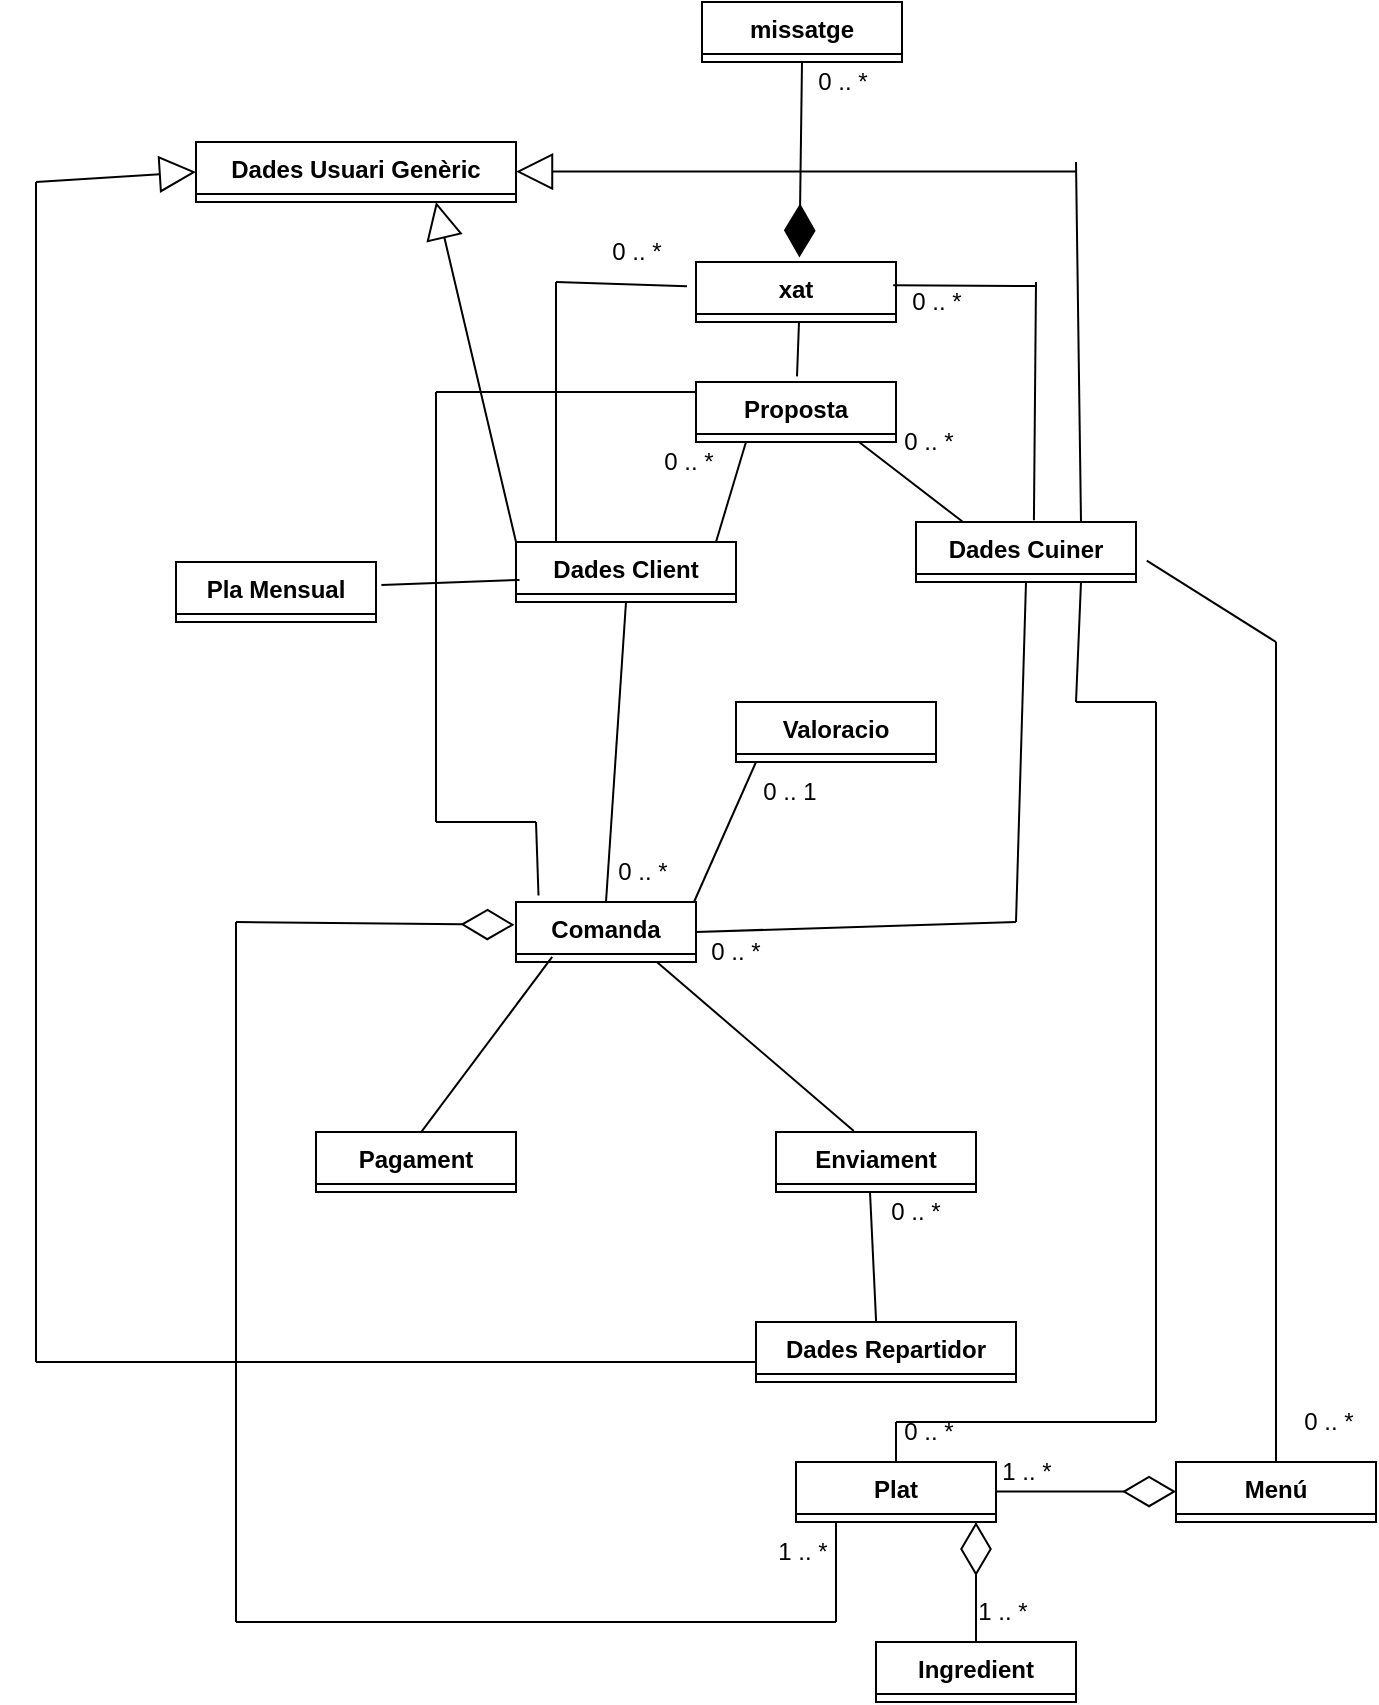
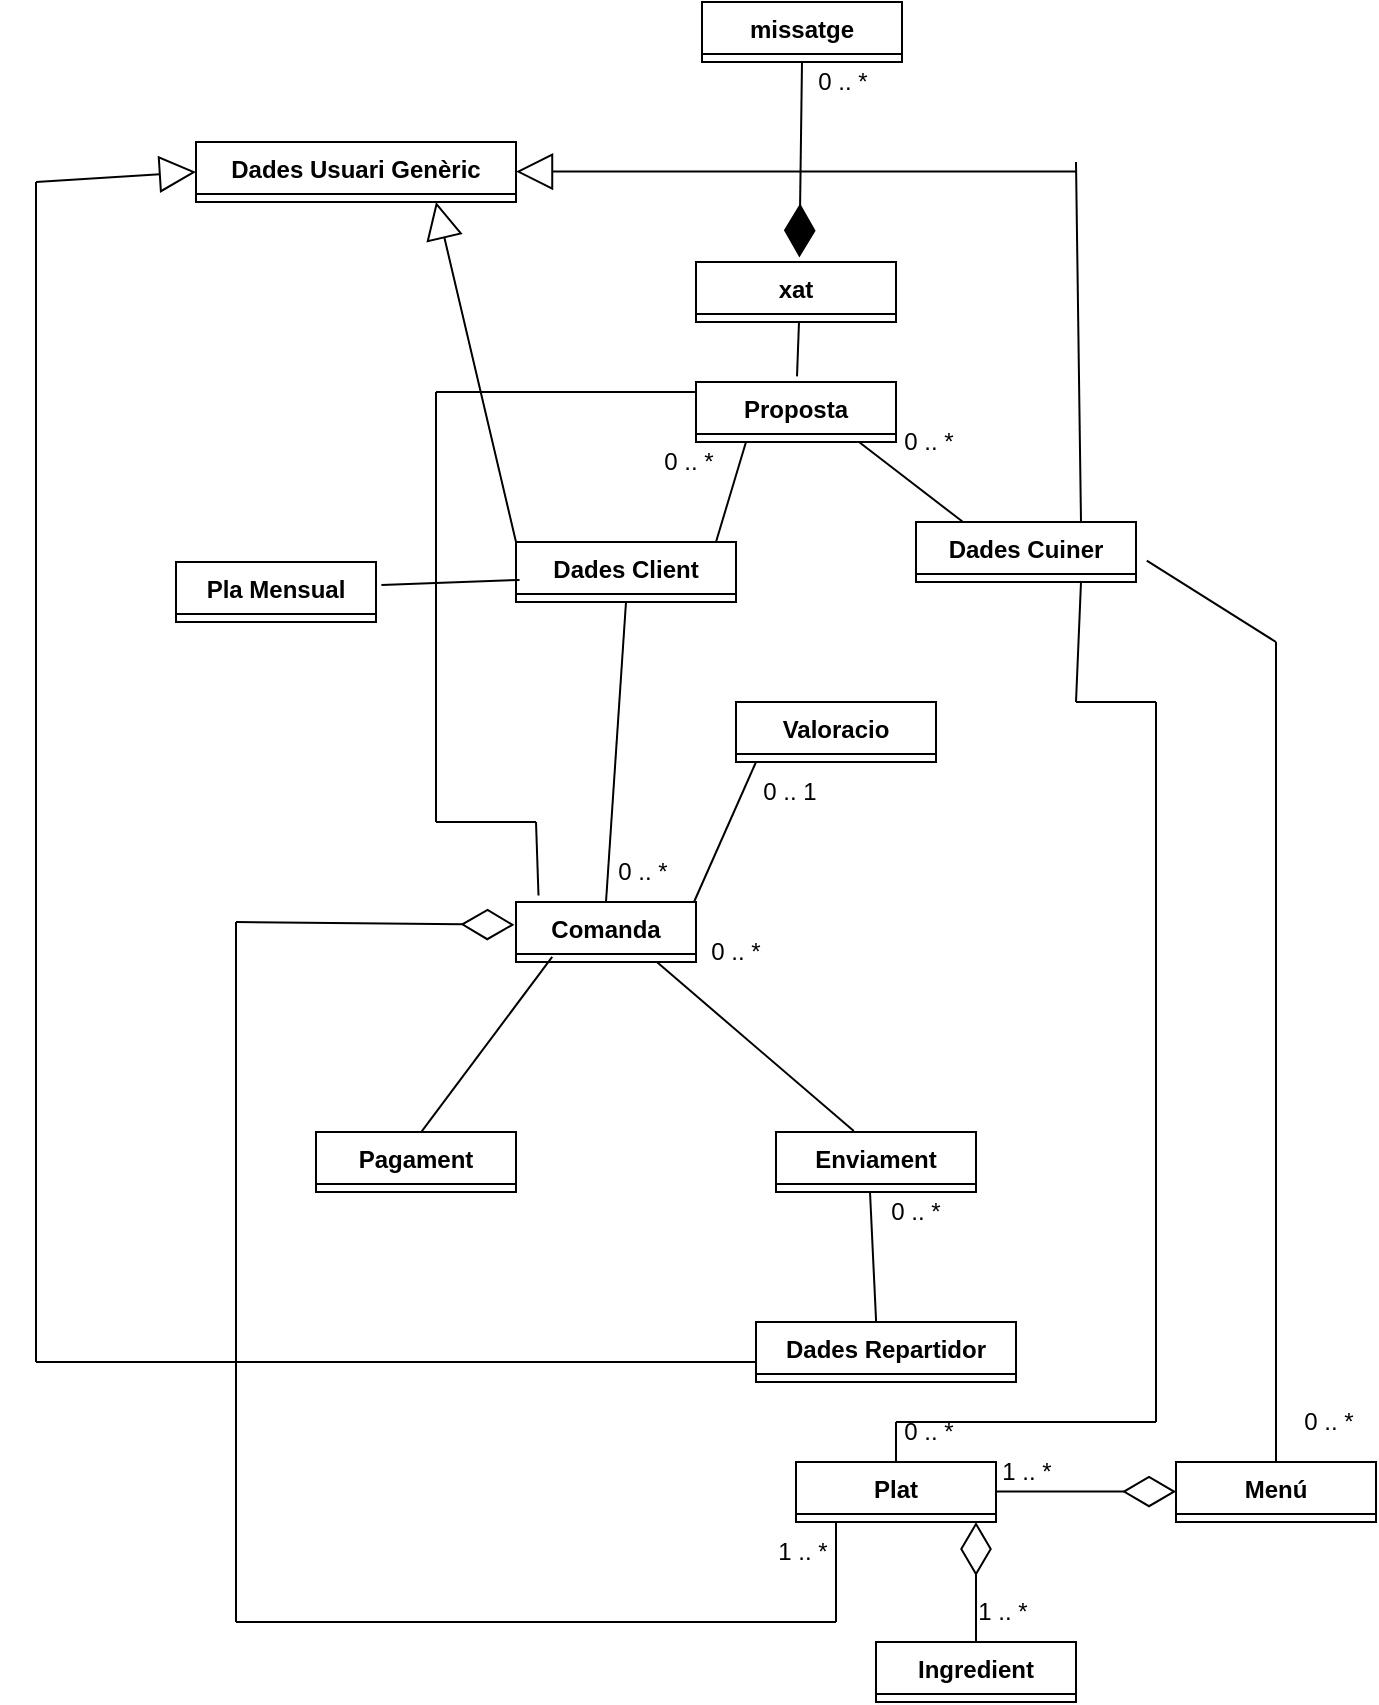
<mxfile host="Electron">
  <diagram name="Página-1" id="IOHTRHaeHgb_LXpDFm6y">
-     <mxGraphModel dx="1078" dy="1909" grid="1" gridSize="10" guides="1" tooltips="1" connect="1" arrows="1" fold="1" page="1" pageScale="1" pageWidth="827" pageHeight="1169" math="0" shadow="0">
+     <mxGraphModel dx="819" dy="1731" grid="1" gridSize="10" guides="1" tooltips="1" connect="1" arrows="1" fold="1" page="1" pageScale="1" pageWidth="827" pageHeight="1169" math="0" shadow="0">
      <root>
        <mxCell id="0" />
        <mxCell id="1" parent="0" />
        <mxCell id="nV1tfetJPaH9jbZvS-Vc-1" collapsed="1" parent="1" style="swimlane;fontStyle=1;align=center;verticalAlign=top;childLayout=stackLayout;horizontal=1;startSize=26;horizontalStack=0;resizeParent=1;resizeParentMax=0;resizeLast=0;collapsible=1;marginBottom=0;whiteSpace=wrap;html=1;" value="Dades Client" vertex="1">
          <mxGeometry height="30" width="110" x="300" y="220" as="geometry">
            <mxRectangle height="70" width="160" x="300" y="250" as="alternateBounds" />
          </mxGeometry>
        </mxCell>
        <mxCell id="nV1tfetJPaH9jbZvS-Vc-2" parent="nV1tfetJPaH9jbZvS-Vc-1" style="text;strokeColor=none;fillColor=none;align=left;verticalAlign=top;spacingLeft=4;spacingRight=4;overflow=hidden;rotatable=0;points=[[0,0.5],[1,0.5]];portConstraint=eastwest;whiteSpace=wrap;html=1;" value="&amp;nbsp;" vertex="1">
          <mxGeometry height="14" width="160" y="26" as="geometry" />
        </mxCell>
        <mxCell id="nV1tfetJPaH9jbZvS-Vc-3" parent="nV1tfetJPaH9jbZvS-Vc-1" style="line;strokeWidth=1;fillColor=none;align=left;verticalAlign=middle;spacingTop=-1;spacingLeft=3;spacingRight=3;rotatable=0;labelPosition=right;points=[];portConstraint=eastwest;strokeColor=inherit;" value="" vertex="1">
          <mxGeometry height="8" width="160" y="40" as="geometry" />
        </mxCell>
        <mxCell id="nV1tfetJPaH9jbZvS-Vc-4" parent="nV1tfetJPaH9jbZvS-Vc-1" style="text;strokeColor=none;fillColor=none;align=left;verticalAlign=top;spacingLeft=4;spacingRight=4;overflow=hidden;rotatable=0;points=[[0,0.5],[1,0.5]];portConstraint=eastwest;whiteSpace=wrap;html=1;" value="&lt;font&gt;&amp;nbsp;&lt;/font&gt;" vertex="1">
          <mxGeometry height="22" width="160" y="48" as="geometry" />
        </mxCell>
        <mxCell id="RDBQi9pc5qZvOdEaVm8q-1" collapsed="1" parent="1" style="swimlane;fontStyle=1;align=center;verticalAlign=top;childLayout=stackLayout;horizontal=1;startSize=26;horizontalStack=0;resizeParent=1;resizeParentMax=0;resizeLast=0;collapsible=1;marginBottom=0;whiteSpace=wrap;html=1;" value="Dades Usuari Genèric" vertex="1">
          <mxGeometry height="30" width="160" x="140" y="20" as="geometry">
            <mxRectangle height="70" width="160" x="300" y="100" as="alternateBounds" />
          </mxGeometry>
        </mxCell>
        <mxCell id="RDBQi9pc5qZvOdEaVm8q-2" parent="RDBQi9pc5qZvOdEaVm8q-1" style="text;strokeColor=none;fillColor=none;align=left;verticalAlign=top;spacingLeft=4;spacingRight=4;overflow=hidden;rotatable=0;points=[[0,0.5],[1,0.5]];portConstraint=eastwest;whiteSpace=wrap;html=1;" value="&amp;nbsp;" vertex="1">
          <mxGeometry height="14" width="160" y="26" as="geometry" />
        </mxCell>
        <mxCell id="RDBQi9pc5qZvOdEaVm8q-3" parent="RDBQi9pc5qZvOdEaVm8q-1" style="line;strokeWidth=1;fillColor=none;align=left;verticalAlign=middle;spacingTop=-1;spacingLeft=3;spacingRight=3;rotatable=0;labelPosition=right;points=[];portConstraint=eastwest;strokeColor=inherit;" value="" vertex="1">
          <mxGeometry height="8" width="160" y="40" as="geometry" />
        </mxCell>
        <mxCell id="RDBQi9pc5qZvOdEaVm8q-4" parent="RDBQi9pc5qZvOdEaVm8q-1" style="text;strokeColor=none;fillColor=none;align=left;verticalAlign=top;spacingLeft=4;spacingRight=4;overflow=hidden;rotatable=0;points=[[0,0.5],[1,0.5]];portConstraint=eastwest;whiteSpace=wrap;html=1;" value="&lt;font&gt;&amp;nbsp;&lt;/font&gt;" vertex="1">
          <mxGeometry height="22" width="160" y="48" as="geometry" />
        </mxCell>
        <mxCell id="RDBQi9pc5qZvOdEaVm8q-6" collapsed="1" parent="1" style="swimlane;fontStyle=1;align=center;verticalAlign=top;childLayout=stackLayout;horizontal=1;startSize=26;horizontalStack=0;resizeParent=1;resizeParentMax=0;resizeLast=0;collapsible=1;marginBottom=0;whiteSpace=wrap;html=1;" value="Dades Cuiner" vertex="1">
          <mxGeometry height="30" width="110" x="500" y="210" as="geometry">
            <mxRectangle height="70" width="160" x="490" y="250" as="alternateBounds" />
          </mxGeometry>
        </mxCell>
        <mxCell id="RDBQi9pc5qZvOdEaVm8q-7" parent="RDBQi9pc5qZvOdEaVm8q-6" style="text;strokeColor=none;fillColor=none;align=left;verticalAlign=top;spacingLeft=4;spacingRight=4;overflow=hidden;rotatable=0;points=[[0,0.5],[1,0.5]];portConstraint=eastwest;whiteSpace=wrap;html=1;" value="&amp;nbsp;" vertex="1">
          <mxGeometry height="14" width="160" y="26" as="geometry" />
        </mxCell>
        <mxCell id="RDBQi9pc5qZvOdEaVm8q-8" parent="RDBQi9pc5qZvOdEaVm8q-6" style="line;strokeWidth=1;fillColor=none;align=left;verticalAlign=middle;spacingTop=-1;spacingLeft=3;spacingRight=3;rotatable=0;labelPosition=right;points=[];portConstraint=eastwest;strokeColor=inherit;" value="" vertex="1">
          <mxGeometry height="8" width="160" y="40" as="geometry" />
        </mxCell>
        <mxCell id="RDBQi9pc5qZvOdEaVm8q-9" parent="RDBQi9pc5qZvOdEaVm8q-6" style="text;strokeColor=none;fillColor=none;align=left;verticalAlign=top;spacingLeft=4;spacingRight=4;overflow=hidden;rotatable=0;points=[[0,0.5],[1,0.5]];portConstraint=eastwest;whiteSpace=wrap;html=1;" value="&lt;font&gt;&amp;nbsp;&lt;/font&gt;" vertex="1">
          <mxGeometry height="22" width="160" y="48" as="geometry" />
        </mxCell>
        <mxCell id="RDBQi9pc5qZvOdEaVm8q-138" edge="1" parent="RDBQi9pc5qZvOdEaVm8q-6" style="endArrow=none;html=1;rounded=0;" value="">
          <mxGeometry height="50" relative="1" width="50" as="geometry">
            <mxPoint x="10" y="10" as="sourcePoint" />
            <mxPoint x="60" y="-40" as="targetPoint" />
          </mxGeometry>
        </mxCell>
        <mxCell id="RDBQi9pc5qZvOdEaVm8q-10" collapsed="1" parent="1" style="swimlane;fontStyle=1;align=center;verticalAlign=top;childLayout=stackLayout;horizontal=1;startSize=26;horizontalStack=0;resizeParent=1;resizeParentMax=0;resizeLast=0;collapsible=1;marginBottom=0;whiteSpace=wrap;html=1;" value="Dades Repartidor" vertex="1">
          <mxGeometry height="30" width="130" x="420" y="610" as="geometry">
            <mxRectangle height="70" width="160" x="110" y="250" as="alternateBounds" />
          </mxGeometry>
        </mxCell>
        <mxCell id="RDBQi9pc5qZvOdEaVm8q-11" parent="RDBQi9pc5qZvOdEaVm8q-10" style="text;strokeColor=none;fillColor=none;align=left;verticalAlign=top;spacingLeft=4;spacingRight=4;overflow=hidden;rotatable=0;points=[[0,0.5],[1,0.5]];portConstraint=eastwest;whiteSpace=wrap;html=1;" value="&amp;nbsp;" vertex="1">
          <mxGeometry height="14" width="160" y="26" as="geometry" />
        </mxCell>
        <mxCell id="RDBQi9pc5qZvOdEaVm8q-12" parent="RDBQi9pc5qZvOdEaVm8q-10" style="line;strokeWidth=1;fillColor=none;align=left;verticalAlign=middle;spacingTop=-1;spacingLeft=3;spacingRight=3;rotatable=0;labelPosition=right;points=[];portConstraint=eastwest;strokeColor=inherit;" value="" vertex="1">
          <mxGeometry height="8" width="160" y="40" as="geometry" />
        </mxCell>
        <mxCell id="RDBQi9pc5qZvOdEaVm8q-13" parent="RDBQi9pc5qZvOdEaVm8q-10" style="text;strokeColor=none;fillColor=none;align=left;verticalAlign=top;spacingLeft=4;spacingRight=4;overflow=hidden;rotatable=0;points=[[0,0.5],[1,0.5]];portConstraint=eastwest;whiteSpace=wrap;html=1;" value="&lt;font&gt;&amp;nbsp;&lt;/font&gt;" vertex="1">
          <mxGeometry height="22" width="160" y="48" as="geometry" />
        </mxCell>
        <mxCell id="RDBQi9pc5qZvOdEaVm8q-14" collapsed="1" parent="1" style="swimlane;fontStyle=1;align=center;verticalAlign=top;childLayout=stackLayout;horizontal=1;startSize=26;horizontalStack=0;resizeParent=1;resizeParentMax=0;resizeLast=0;collapsible=1;marginBottom=0;whiteSpace=wrap;html=1;" value="Comanda" vertex="1">
          <mxGeometry height="30" width="90" x="300" y="400" as="geometry">
            <mxRectangle height="70" width="160" x="300" y="400" as="alternateBounds" />
          </mxGeometry>
        </mxCell>
        <mxCell id="RDBQi9pc5qZvOdEaVm8q-15" parent="RDBQi9pc5qZvOdEaVm8q-14" style="text;strokeColor=none;fillColor=none;align=left;verticalAlign=top;spacingLeft=4;spacingRight=4;overflow=hidden;rotatable=0;points=[[0,0.5],[1,0.5]];portConstraint=eastwest;whiteSpace=wrap;html=1;" value="&amp;nbsp;" vertex="1">
          <mxGeometry height="14" width="160" y="26" as="geometry" />
        </mxCell>
        <mxCell id="RDBQi9pc5qZvOdEaVm8q-16" parent="RDBQi9pc5qZvOdEaVm8q-14" style="line;strokeWidth=1;fillColor=none;align=left;verticalAlign=middle;spacingTop=-1;spacingLeft=3;spacingRight=3;rotatable=0;labelPosition=right;points=[];portConstraint=eastwest;strokeColor=inherit;" value="" vertex="1">
          <mxGeometry height="8" width="160" y="40" as="geometry" />
        </mxCell>
        <mxCell id="RDBQi9pc5qZvOdEaVm8q-17" parent="RDBQi9pc5qZvOdEaVm8q-14" style="text;strokeColor=none;fillColor=none;align=left;verticalAlign=top;spacingLeft=4;spacingRight=4;overflow=hidden;rotatable=0;points=[[0,0.5],[1,0.5]];portConstraint=eastwest;whiteSpace=wrap;html=1;" value="&lt;font&gt;&amp;nbsp;&lt;/font&gt;" vertex="1">
          <mxGeometry height="22" width="160" y="48" as="geometry" />
        </mxCell>
        <mxCell id="RDBQi9pc5qZvOdEaVm8q-18" edge="1" parent="1" source="RDBQi9pc5qZvOdEaVm8q-14" style="endArrow=none;html=1;rounded=0;exitX=0.5;exitY=0;exitDx=0;exitDy=0;entryX=0.5;entryY=1;entryDx=0;entryDy=0;" target="nV1tfetJPaH9jbZvS-Vc-1" value="">
          <mxGeometry height="50" relative="1" width="50" as="geometry">
            <mxPoint x="330" y="370" as="sourcePoint" />
            <mxPoint x="380" y="320" as="targetPoint" />
          </mxGeometry>
        </mxCell>
        <mxCell id="RDBQi9pc5qZvOdEaVm8q-19" parent="1" style="text;html=1;whiteSpace=wrap;strokeColor=none;fillColor=none;align=center;verticalAlign=middle;rounded=0;" value="0 .. *" vertex="1">
          <mxGeometry height="20" width="47" x="339.5" y="375" as="geometry" />
        </mxCell>
        <mxCell id="RDBQi9pc5qZvOdEaVm8q-21" collapsed="1" parent="1" style="swimlane;fontStyle=1;align=center;verticalAlign=top;childLayout=stackLayout;horizontal=1;startSize=26;horizontalStack=0;resizeParent=1;resizeParentMax=0;resizeLast=0;collapsible=1;marginBottom=0;whiteSpace=wrap;html=1;" value="Pagament" vertex="1">
          <mxGeometry height="30" width="100" x="200" y="515" as="geometry">
            <mxRectangle height="70" width="160" x="200" y="515" as="alternateBounds" />
          </mxGeometry>
        </mxCell>
        <mxCell id="RDBQi9pc5qZvOdEaVm8q-22" parent="RDBQi9pc5qZvOdEaVm8q-21" style="text;strokeColor=none;fillColor=none;align=left;verticalAlign=top;spacingLeft=4;spacingRight=4;overflow=hidden;rotatable=0;points=[[0,0.5],[1,0.5]];portConstraint=eastwest;whiteSpace=wrap;html=1;" value="&amp;nbsp;" vertex="1">
          <mxGeometry height="14" width="160" y="26" as="geometry" />
        </mxCell>
        <mxCell id="RDBQi9pc5qZvOdEaVm8q-23" parent="RDBQi9pc5qZvOdEaVm8q-21" style="line;strokeWidth=1;fillColor=none;align=left;verticalAlign=middle;spacingTop=-1;spacingLeft=3;spacingRight=3;rotatable=0;labelPosition=right;points=[];portConstraint=eastwest;strokeColor=inherit;" value="" vertex="1">
          <mxGeometry height="8" width="160" y="40" as="geometry" />
        </mxCell>
        <mxCell id="RDBQi9pc5qZvOdEaVm8q-24" parent="RDBQi9pc5qZvOdEaVm8q-21" style="text;strokeColor=none;fillColor=none;align=left;verticalAlign=top;spacingLeft=4;spacingRight=4;overflow=hidden;rotatable=0;points=[[0,0.5],[1,0.5]];portConstraint=eastwest;whiteSpace=wrap;html=1;" value="&lt;font&gt;&amp;nbsp;&lt;/font&gt;" vertex="1">
          <mxGeometry height="22" width="160" y="48" as="geometry" />
        </mxCell>
        <mxCell id="RDBQi9pc5qZvOdEaVm8q-25" collapsed="1" parent="1" style="swimlane;fontStyle=1;align=center;verticalAlign=top;childLayout=stackLayout;horizontal=1;startSize=26;horizontalStack=0;resizeParent=1;resizeParentMax=0;resizeLast=0;collapsible=1;marginBottom=0;whiteSpace=wrap;html=1;" value="Enviament" vertex="1">
          <mxGeometry height="30" width="100" x="430" y="515" as="geometry">
            <mxRectangle height="70" width="160" x="430" y="515" as="alternateBounds" />
          </mxGeometry>
        </mxCell>
        <mxCell id="RDBQi9pc5qZvOdEaVm8q-26" parent="RDBQi9pc5qZvOdEaVm8q-25" style="text;strokeColor=none;fillColor=none;align=left;verticalAlign=top;spacingLeft=4;spacingRight=4;overflow=hidden;rotatable=0;points=[[0,0.5],[1,0.5]];portConstraint=eastwest;whiteSpace=wrap;html=1;" value="&amp;nbsp;" vertex="1">
          <mxGeometry height="14" width="160" y="26" as="geometry" />
        </mxCell>
        <mxCell id="RDBQi9pc5qZvOdEaVm8q-27" parent="RDBQi9pc5qZvOdEaVm8q-25" style="line;strokeWidth=1;fillColor=none;align=left;verticalAlign=middle;spacingTop=-1;spacingLeft=3;spacingRight=3;rotatable=0;labelPosition=right;points=[];portConstraint=eastwest;strokeColor=inherit;" value="" vertex="1">
          <mxGeometry height="8" width="160" y="40" as="geometry" />
        </mxCell>
        <mxCell id="RDBQi9pc5qZvOdEaVm8q-28" parent="RDBQi9pc5qZvOdEaVm8q-25" style="text;strokeColor=none;fillColor=none;align=left;verticalAlign=top;spacingLeft=4;spacingRight=4;overflow=hidden;rotatable=0;points=[[0,0.5],[1,0.5]];portConstraint=eastwest;whiteSpace=wrap;html=1;" value="&lt;font&gt;&amp;nbsp;&lt;/font&gt;" vertex="1">
          <mxGeometry height="22" width="160" y="48" as="geometry" />
        </mxCell>
        <mxCell id="RDBQi9pc5qZvOdEaVm8q-29" edge="1" parent="1" source="RDBQi9pc5qZvOdEaVm8q-21" style="endArrow=none;html=1;rounded=0;exitX=0.524;exitY=0.011;exitDx=0;exitDy=0;exitPerimeter=0;entryX=0.201;entryY=0.915;entryDx=0;entryDy=0;entryPerimeter=0;" target="RDBQi9pc5qZvOdEaVm8q-17" value="">
          <mxGeometry height="50" relative="1" width="50" as="geometry">
            <mxPoint x="320" y="550" as="sourcePoint" />
            <mxPoint x="320" y="470" as="targetPoint" />
          </mxGeometry>
        </mxCell>
        <mxCell id="RDBQi9pc5qZvOdEaVm8q-30" edge="1" parent="1" source="RDBQi9pc5qZvOdEaVm8q-25" style="endArrow=none;html=1;rounded=0;exitX=0.389;exitY=-0.015;exitDx=0;exitDy=0;exitPerimeter=0;entryX=0.781;entryY=0.996;entryDx=0;entryDy=0;entryPerimeter=0;" target="RDBQi9pc5qZvOdEaVm8q-17" value="">
          <mxGeometry height="50" relative="1" width="50" as="geometry">
            <mxPoint x="420" y="550" as="sourcePoint" />
            <mxPoint x="420" y="470" as="targetPoint" />
          </mxGeometry>
        </mxCell>
-         <mxCell id="RDBQi9pc5qZvOdEaVm8q-37" edge="1" parent="1" style="endArrow=none;html=1;rounded=0;entryX=0.5;entryY=1;entryDx=0;entryDy=0;" target="RDBQi9pc5qZvOdEaVm8q-6" value="">
-           <mxGeometry height="50" relative="1" width="50" as="geometry">
-             <mxPoint x="550" y="410" as="sourcePoint" />
-             <mxPoint x="590" y="320" as="targetPoint" />
-           </mxGeometry>
-         </mxCell>
-         <mxCell id="RDBQi9pc5qZvOdEaVm8q-41" edge="1" parent="1" source="RDBQi9pc5qZvOdEaVm8q-14" style="endArrow=none;html=1;rounded=0;exitX=1;exitY=0.5;exitDx=0;exitDy=0;" value="">
-           <mxGeometry height="50" relative="1" width="50" as="geometry">
-             <mxPoint x="460" y="460" as="sourcePoint" />
-             <mxPoint x="550" y="410" as="targetPoint" />
-           </mxGeometry>
-         </mxCell>
        <mxCell id="RDBQi9pc5qZvOdEaVm8q-44" parent="1" style="text;html=1;whiteSpace=wrap;strokeColor=none;fillColor=none;align=center;verticalAlign=middle;rounded=0;" value="0 .. *" vertex="1">
          <mxGeometry height="30" width="60" x="380" y="410" as="geometry" />
        </mxCell>
        <mxCell id="RDBQi9pc5qZvOdEaVm8q-46" edge="1" parent="1" source="RDBQi9pc5qZvOdEaVm8q-10" style="endArrow=none;html=1;rounded=0;exitX=0.462;exitY=0;exitDx=0;exitDy=0;exitPerimeter=0;entryX=0.781;entryY=0.996;entryDx=0;entryDy=0;entryPerimeter=0;" value="">
          <mxGeometry height="50" relative="1" width="50" as="geometry">
            <mxPoint x="576" y="630" as="sourcePoint" />
            <mxPoint x="477" y="545" as="targetPoint" />
          </mxGeometry>
        </mxCell>
        <mxCell id="RDBQi9pc5qZvOdEaVm8q-50" parent="1" style="text;html=1;whiteSpace=wrap;strokeColor=none;fillColor=none;align=center;verticalAlign=middle;rounded=0;" value="0 .. *" vertex="1">
          <mxGeometry height="20" width="40" x="480" y="545" as="geometry" />
        </mxCell>
        <mxCell id="RDBQi9pc5qZvOdEaVm8q-56" collapsed="1" parent="1" style="swimlane;fontStyle=1;align=center;verticalAlign=top;childLayout=stackLayout;horizontal=1;startSize=26;horizontalStack=0;resizeParent=1;resizeParentMax=0;resizeLast=0;collapsible=1;marginBottom=0;whiteSpace=wrap;html=1;" value="Plat" vertex="1">
          <mxGeometry height="30" width="100" x="440" y="680" as="geometry">
            <mxRectangle height="70" width="160" x="200" y="515" as="alternateBounds" />
          </mxGeometry>
        </mxCell>
        <mxCell id="RDBQi9pc5qZvOdEaVm8q-57" parent="RDBQi9pc5qZvOdEaVm8q-56" style="text;strokeColor=none;fillColor=none;align=left;verticalAlign=top;spacingLeft=4;spacingRight=4;overflow=hidden;rotatable=0;points=[[0,0.5],[1,0.5]];portConstraint=eastwest;whiteSpace=wrap;html=1;" value="&amp;nbsp;" vertex="1">
          <mxGeometry height="14" width="160" y="26" as="geometry" />
        </mxCell>
        <mxCell id="RDBQi9pc5qZvOdEaVm8q-58" parent="RDBQi9pc5qZvOdEaVm8q-56" style="line;strokeWidth=1;fillColor=none;align=left;verticalAlign=middle;spacingTop=-1;spacingLeft=3;spacingRight=3;rotatable=0;labelPosition=right;points=[];portConstraint=eastwest;strokeColor=inherit;" value="" vertex="1">
          <mxGeometry height="8" width="160" y="40" as="geometry" />
        </mxCell>
        <mxCell id="RDBQi9pc5qZvOdEaVm8q-59" parent="RDBQi9pc5qZvOdEaVm8q-56" style="text;strokeColor=none;fillColor=none;align=left;verticalAlign=top;spacingLeft=4;spacingRight=4;overflow=hidden;rotatable=0;points=[[0,0.5],[1,0.5]];portConstraint=eastwest;whiteSpace=wrap;html=1;" value="&lt;font&gt;&amp;nbsp;&lt;/font&gt;" vertex="1">
          <mxGeometry height="22" width="160" y="48" as="geometry" />
        </mxCell>
        <mxCell id="RDBQi9pc5qZvOdEaVm8q-71" edge="1" parent="RDBQi9pc5qZvOdEaVm8q-56" style="endArrow=diamondThin;endFill=1;endSize=24;html=1;rounded=0;" value="">
          <mxGeometry relative="1" width="160" as="geometry">
            <mxPoint x="60" y="14.759999999999991" as="sourcePoint" />
            <mxPoint x="220" y="14.759999999999991" as="targetPoint" />
          </mxGeometry>
        </mxCell>
        <mxCell id="RDBQi9pc5qZvOdEaVm8q-65" edge="1" parent="1" source="RDBQi9pc5qZvOdEaVm8q-60" style="endArrow=none;html=1;rounded=0;" value="">
          <mxGeometry height="50" relative="1" width="50" as="geometry">
            <mxPoint x="680" y="680" as="sourcePoint" />
            <mxPoint x="680" y="270" as="targetPoint" />
          </mxGeometry>
        </mxCell>
        <mxCell id="RDBQi9pc5qZvOdEaVm8q-67" edge="1" parent="1" source="RDBQi9pc5qZvOdEaVm8q-6" style="endArrow=none;html=1;rounded=0;exitX=1.049;exitY=0.644;exitDx=0;exitDy=0;exitPerimeter=0;" value="">
          <mxGeometry height="50" relative="1" width="50" as="geometry">
            <mxPoint x="630" y="320" as="sourcePoint" />
            <mxPoint x="680" y="270" as="targetPoint" />
          </mxGeometry>
        </mxCell>
        <mxCell id="RDBQi9pc5qZvOdEaVm8q-70" parent="1" style="text;html=1;whiteSpace=wrap;strokeColor=none;fillColor=none;align=center;verticalAlign=middle;rounded=0;" value="0 .. *" vertex="1">
          <mxGeometry height="20" width="47" x="683" y="650" as="geometry" />
        </mxCell>
        <mxCell id="RDBQi9pc5qZvOdEaVm8q-73" edge="1" parent="1" style="endArrow=none;html=1;rounded=0;" target="RDBQi9pc5qZvOdEaVm8q-60" value="">
          <mxGeometry height="50" relative="1" width="50" as="geometry">
            <mxPoint x="680" y="680" as="sourcePoint" />
            <mxPoint x="680" y="270" as="targetPoint" />
          </mxGeometry>
        </mxCell>
        <mxCell id="RDBQi9pc5qZvOdEaVm8q-60" collapsed="1" parent="1" style="swimlane;fontStyle=1;align=center;verticalAlign=top;childLayout=stackLayout;horizontal=1;startSize=26;horizontalStack=0;resizeParent=1;resizeParentMax=0;resizeLast=0;collapsible=1;marginBottom=0;whiteSpace=wrap;html=1;" value="Menú" vertex="1">
          <mxGeometry height="30" width="100" x="630" y="680" as="geometry">
            <mxRectangle height="70" width="160" x="200" y="515" as="alternateBounds" />
          </mxGeometry>
        </mxCell>
        <mxCell id="RDBQi9pc5qZvOdEaVm8q-61" parent="RDBQi9pc5qZvOdEaVm8q-60" style="text;strokeColor=none;fillColor=none;align=left;verticalAlign=top;spacingLeft=4;spacingRight=4;overflow=hidden;rotatable=0;points=[[0,0.5],[1,0.5]];portConstraint=eastwest;whiteSpace=wrap;html=1;" value="&amp;nbsp;" vertex="1">
          <mxGeometry height="14" width="160" y="26" as="geometry" />
        </mxCell>
        <mxCell id="RDBQi9pc5qZvOdEaVm8q-62" parent="RDBQi9pc5qZvOdEaVm8q-60" style="line;strokeWidth=1;fillColor=none;align=left;verticalAlign=middle;spacingTop=-1;spacingLeft=3;spacingRight=3;rotatable=0;labelPosition=right;points=[];portConstraint=eastwest;strokeColor=inherit;" value="" vertex="1">
          <mxGeometry height="8" width="160" y="40" as="geometry" />
        </mxCell>
        <mxCell id="RDBQi9pc5qZvOdEaVm8q-63" parent="RDBQi9pc5qZvOdEaVm8q-60" style="text;strokeColor=none;fillColor=none;align=left;verticalAlign=top;spacingLeft=4;spacingRight=4;overflow=hidden;rotatable=0;points=[[0,0.5],[1,0.5]];portConstraint=eastwest;whiteSpace=wrap;html=1;" value="&lt;font&gt;&amp;nbsp;&lt;/font&gt;" vertex="1">
          <mxGeometry height="22" width="160" y="48" as="geometry" />
        </mxCell>
        <mxCell id="RDBQi9pc5qZvOdEaVm8q-74" edge="1" parent="1" style="endArrow=diamondThin;endFill=0;endSize=24;html=1;rounded=0;" value="">
          <mxGeometry relative="1" width="160" as="geometry">
            <mxPoint x="540" y="694.76" as="sourcePoint" />
            <mxPoint x="630" y="694.76" as="targetPoint" />
          </mxGeometry>
        </mxCell>
        <mxCell id="RDBQi9pc5qZvOdEaVm8q-75" parent="1" style="text;html=1;whiteSpace=wrap;strokeColor=none;fillColor=none;align=center;verticalAlign=middle;rounded=0;" value="1 .. *" vertex="1">
          <mxGeometry height="10" width="27" x="541.5" y="680" as="geometry" />
        </mxCell>
        <mxCell id="RDBQi9pc5qZvOdEaVm8q-76" collapsed="1" parent="1" style="swimlane;fontStyle=1;align=center;verticalAlign=top;childLayout=stackLayout;horizontal=1;startSize=26;horizontalStack=0;resizeParent=1;resizeParentMax=0;resizeLast=0;collapsible=1;marginBottom=0;whiteSpace=wrap;html=1;" value="Ingredient" vertex="1">
          <mxGeometry height="30" width="100" x="480" y="770" as="geometry">
            <mxRectangle height="70" width="160" x="200" y="515" as="alternateBounds" />
          </mxGeometry>
        </mxCell>
        <mxCell id="RDBQi9pc5qZvOdEaVm8q-77" parent="RDBQi9pc5qZvOdEaVm8q-76" style="text;strokeColor=none;fillColor=none;align=left;verticalAlign=top;spacingLeft=4;spacingRight=4;overflow=hidden;rotatable=0;points=[[0,0.5],[1,0.5]];portConstraint=eastwest;whiteSpace=wrap;html=1;" value="&amp;nbsp;" vertex="1">
          <mxGeometry height="14" width="160" y="26" as="geometry" />
        </mxCell>
        <mxCell id="RDBQi9pc5qZvOdEaVm8q-78" parent="RDBQi9pc5qZvOdEaVm8q-76" style="line;strokeWidth=1;fillColor=none;align=left;verticalAlign=middle;spacingTop=-1;spacingLeft=3;spacingRight=3;rotatable=0;labelPosition=right;points=[];portConstraint=eastwest;strokeColor=inherit;" value="" vertex="1">
          <mxGeometry height="8" width="160" y="40" as="geometry" />
        </mxCell>
        <mxCell id="RDBQi9pc5qZvOdEaVm8q-79" parent="RDBQi9pc5qZvOdEaVm8q-76" style="text;strokeColor=none;fillColor=none;align=left;verticalAlign=top;spacingLeft=4;spacingRight=4;overflow=hidden;rotatable=0;points=[[0,0.5],[1,0.5]];portConstraint=eastwest;whiteSpace=wrap;html=1;" value="&lt;font&gt;&amp;nbsp;&lt;/font&gt;" vertex="1">
          <mxGeometry height="22" width="160" y="48" as="geometry" />
        </mxCell>
        <mxCell id="RDBQi9pc5qZvOdEaVm8q-80" edge="1" parent="1" source="RDBQi9pc5qZvOdEaVm8q-76" style="endArrow=diamondThin;endFill=0;endSize=24;html=1;rounded=0;exitX=0.5;exitY=0;exitDx=0;exitDy=0;" value="">
          <mxGeometry relative="1" width="160" as="geometry">
            <mxPoint x="530" y="760" as="sourcePoint" />
            <mxPoint x="530" y="710" as="targetPoint" />
          </mxGeometry>
        </mxCell>
        <mxCell id="RDBQi9pc5qZvOdEaVm8q-81" edge="1" parent="1" style="endArrow=none;html=1;rounded=0;" value="">
          <mxGeometry height="50" relative="1" width="50" as="geometry">
            <mxPoint x="490" y="680" as="sourcePoint" />
            <mxPoint x="490" y="660" as="targetPoint" />
          </mxGeometry>
        </mxCell>
        <mxCell id="RDBQi9pc5qZvOdEaVm8q-83" edge="1" parent="1" style="endArrow=none;html=1;rounded=0;" value="">
          <mxGeometry height="50" relative="1" width="50" as="geometry">
            <mxPoint x="490" y="660" as="sourcePoint" />
            <mxPoint x="620" y="660" as="targetPoint" />
          </mxGeometry>
        </mxCell>
        <mxCell id="RDBQi9pc5qZvOdEaVm8q-84" edge="1" parent="1" style="endArrow=none;html=1;rounded=0;" value="">
          <mxGeometry height="50" relative="1" width="50" as="geometry">
            <mxPoint x="620" y="660" as="sourcePoint" />
            <mxPoint x="620" y="300" as="targetPoint" />
          </mxGeometry>
        </mxCell>
        <mxCell id="RDBQi9pc5qZvOdEaVm8q-85" edge="1" parent="1" style="endArrow=none;html=1;rounded=0;" value="">
          <mxGeometry height="50" relative="1" width="50" as="geometry">
            <mxPoint x="580" y="300" as="sourcePoint" />
            <mxPoint x="620" y="300" as="targetPoint" />
          </mxGeometry>
        </mxCell>
        <mxCell id="RDBQi9pc5qZvOdEaVm8q-86" edge="1" parent="1" style="endArrow=none;html=1;rounded=0;entryX=0.75;entryY=1;entryDx=0;entryDy=0;" target="RDBQi9pc5qZvOdEaVm8q-6" value="">
          <mxGeometry height="50" relative="1" width="50" as="geometry">
            <mxPoint x="580" y="300" as="sourcePoint" />
            <mxPoint x="580" y="280" as="targetPoint" />
          </mxGeometry>
        </mxCell>
        <mxCell id="RDBQi9pc5qZvOdEaVm8q-87" collapsed="1" parent="1" style="swimlane;fontStyle=1;align=center;verticalAlign=top;childLayout=stackLayout;horizontal=1;startSize=26;horizontalStack=0;resizeParent=1;resizeParentMax=0;resizeLast=0;collapsible=1;marginBottom=0;whiteSpace=wrap;html=1;" value="xat" vertex="1">
          <mxGeometry height="30" width="100" x="390" y="80" as="geometry">
            <mxRectangle height="70" width="160" x="200" y="515" as="alternateBounds" />
          </mxGeometry>
        </mxCell>
        <mxCell id="RDBQi9pc5qZvOdEaVm8q-88" parent="RDBQi9pc5qZvOdEaVm8q-87" style="text;strokeColor=none;fillColor=none;align=left;verticalAlign=top;spacingLeft=4;spacingRight=4;overflow=hidden;rotatable=0;points=[[0,0.5],[1,0.5]];portConstraint=eastwest;whiteSpace=wrap;html=1;" value="&amp;nbsp;" vertex="1">
          <mxGeometry height="14" width="160" y="26" as="geometry" />
        </mxCell>
        <mxCell id="RDBQi9pc5qZvOdEaVm8q-89" parent="RDBQi9pc5qZvOdEaVm8q-87" style="line;strokeWidth=1;fillColor=none;align=left;verticalAlign=middle;spacingTop=-1;spacingLeft=3;spacingRight=3;rotatable=0;labelPosition=right;points=[];portConstraint=eastwest;strokeColor=inherit;" value="" vertex="1">
          <mxGeometry height="8" width="160" y="40" as="geometry" />
        </mxCell>
        <mxCell id="RDBQi9pc5qZvOdEaVm8q-90" parent="RDBQi9pc5qZvOdEaVm8q-87" style="text;strokeColor=none;fillColor=none;align=left;verticalAlign=top;spacingLeft=4;spacingRight=4;overflow=hidden;rotatable=0;points=[[0,0.5],[1,0.5]];portConstraint=eastwest;whiteSpace=wrap;html=1;" value="&lt;font&gt;&amp;nbsp;&lt;/font&gt;" vertex="1">
          <mxGeometry height="22" width="160" y="48" as="geometry" />
        </mxCell>
        <mxCell id="RDBQi9pc5qZvOdEaVm8q-95" collapsed="1" parent="1" style="swimlane;fontStyle=1;align=center;verticalAlign=top;childLayout=stackLayout;horizontal=1;startSize=26;horizontalStack=0;resizeParent=1;resizeParentMax=0;resizeLast=0;collapsible=1;marginBottom=0;whiteSpace=wrap;html=1;" value="Valoracio" vertex="1">
          <mxGeometry height="30" width="100" x="410" y="300" as="geometry">
            <mxRectangle height="70" width="160" x="200" y="515" as="alternateBounds" />
          </mxGeometry>
        </mxCell>
        <mxCell id="RDBQi9pc5qZvOdEaVm8q-96" parent="RDBQi9pc5qZvOdEaVm8q-95" style="text;strokeColor=none;fillColor=none;align=left;verticalAlign=top;spacingLeft=4;spacingRight=4;overflow=hidden;rotatable=0;points=[[0,0.5],[1,0.5]];portConstraint=eastwest;whiteSpace=wrap;html=1;" value="&amp;nbsp;" vertex="1">
          <mxGeometry height="14" width="160" y="26" as="geometry" />
        </mxCell>
        <mxCell id="RDBQi9pc5qZvOdEaVm8q-97" parent="RDBQi9pc5qZvOdEaVm8q-95" style="line;strokeWidth=1;fillColor=none;align=left;verticalAlign=middle;spacingTop=-1;spacingLeft=3;spacingRight=3;rotatable=0;labelPosition=right;points=[];portConstraint=eastwest;strokeColor=inherit;" value="" vertex="1">
          <mxGeometry height="8" width="160" y="40" as="geometry" />
        </mxCell>
        <mxCell id="RDBQi9pc5qZvOdEaVm8q-98" parent="RDBQi9pc5qZvOdEaVm8q-95" style="text;strokeColor=none;fillColor=none;align=left;verticalAlign=top;spacingLeft=4;spacingRight=4;overflow=hidden;rotatable=0;points=[[0,0.5],[1,0.5]];portConstraint=eastwest;whiteSpace=wrap;html=1;" value="&lt;font&gt;&amp;nbsp;&lt;/font&gt;" vertex="1">
          <mxGeometry height="22" width="160" y="48" as="geometry" />
        </mxCell>
        <mxCell id="RDBQi9pc5qZvOdEaVm8q-102" parent="RDBQi9pc5qZvOdEaVm8q-95" style="text;html=1;whiteSpace=wrap;strokeColor=none;fillColor=none;align=center;verticalAlign=middle;rounded=0;" value="0 .. *" vertex="1">
          <mxGeometry height="20" width="47" x="4" y="30" as="geometry" />
        </mxCell>
        <mxCell id="RDBQi9pc5qZvOdEaVm8q-101" edge="1" parent="1" style="endArrow=none;html=1;rounded=0;" value="">
          <mxGeometry height="50" relative="1" width="50" as="geometry">
            <mxPoint x="389" y="400" as="sourcePoint" />
            <mxPoint x="420" y="330" as="targetPoint" />
          </mxGeometry>
        </mxCell>
        <mxCell id="RDBQi9pc5qZvOdEaVm8q-103" parent="1" style="text;html=1;whiteSpace=wrap;strokeColor=none;fillColor=none;align=center;verticalAlign=middle;rounded=0;" value="0 .. 1" vertex="1">
          <mxGeometry height="10" width="30" x="421.5" y="340" as="geometry" />
        </mxCell>
-         <mxCell id="RDBQi9pc5qZvOdEaVm8q-106" edge="1" parent="1" style="endArrow=none;html=1;rounded=0;" value="">
-           <mxGeometry height="50" relative="1" width="50" as="geometry">
-             <mxPoint x="320" y="220" as="sourcePoint" />
-             <mxPoint x="320" y="90" as="targetPoint" />
-           </mxGeometry>
-         </mxCell>
-         <mxCell id="RDBQi9pc5qZvOdEaVm8q-107" edge="1" parent="1" style="endArrow=none;html=1;rounded=0;entryX=-0.045;entryY=0.405;entryDx=0;entryDy=0;entryPerimeter=0;" target="RDBQi9pc5qZvOdEaVm8q-87" value="">
-           <mxGeometry height="50" relative="1" width="50" as="geometry">
-             <mxPoint x="320" y="90" as="sourcePoint" />
-             <mxPoint x="370" y="110" as="targetPoint" />
-           </mxGeometry>
-         </mxCell>
        <mxCell id="RDBQi9pc5qZvOdEaVm8q-115" parent="1" style="text;html=1;whiteSpace=wrap;strokeColor=none;fillColor=none;align=center;verticalAlign=middle;rounded=0;" value="1 .. *" vertex="1">
          <mxGeometry height="10" width="27" x="530" y="750" as="geometry" />
        </mxCell>
        <mxCell id="RDBQi9pc5qZvOdEaVm8q-117" parent="1" style="text;html=1;whiteSpace=wrap;strokeColor=none;fillColor=none;align=center;verticalAlign=middle;rounded=0;" value="0 .. *" vertex="1">
          <mxGeometry height="10" width="27" x="493" y="660" as="geometry" />
        </mxCell>
        <mxCell id="RDBQi9pc5qZvOdEaVm8q-129" collapsed="1" parent="1" style="swimlane;fontStyle=1;align=center;verticalAlign=top;childLayout=stackLayout;horizontal=1;startSize=26;horizontalStack=0;resizeParent=1;resizeParentMax=0;resizeLast=0;collapsible=1;marginBottom=0;whiteSpace=wrap;html=1;" value="Pla Mensual" vertex="1">
          <mxGeometry height="30" width="100" x="130" y="230" as="geometry">
            <mxRectangle height="70" width="160" x="200" y="515" as="alternateBounds" />
          </mxGeometry>
        </mxCell>
        <mxCell id="RDBQi9pc5qZvOdEaVm8q-130" parent="RDBQi9pc5qZvOdEaVm8q-129" style="text;strokeColor=none;fillColor=none;align=left;verticalAlign=top;spacingLeft=4;spacingRight=4;overflow=hidden;rotatable=0;points=[[0,0.5],[1,0.5]];portConstraint=eastwest;whiteSpace=wrap;html=1;" value="&amp;nbsp;" vertex="1">
          <mxGeometry height="14" width="160" y="26" as="geometry" />
        </mxCell>
        <mxCell id="RDBQi9pc5qZvOdEaVm8q-131" parent="RDBQi9pc5qZvOdEaVm8q-129" style="line;strokeWidth=1;fillColor=none;align=left;verticalAlign=middle;spacingTop=-1;spacingLeft=3;spacingRight=3;rotatable=0;labelPosition=right;points=[];portConstraint=eastwest;strokeColor=inherit;" value="" vertex="1">
          <mxGeometry height="8" width="160" y="40" as="geometry" />
        </mxCell>
        <mxCell id="RDBQi9pc5qZvOdEaVm8q-132" parent="RDBQi9pc5qZvOdEaVm8q-129" style="text;strokeColor=none;fillColor=none;align=left;verticalAlign=top;spacingLeft=4;spacingRight=4;overflow=hidden;rotatable=0;points=[[0,0.5],[1,0.5]];portConstraint=eastwest;whiteSpace=wrap;html=1;" value="&lt;font&gt;&amp;nbsp;&lt;/font&gt;" vertex="1">
          <mxGeometry height="22" width="160" y="48" as="geometry" />
        </mxCell>
        <mxCell id="RDBQi9pc5qZvOdEaVm8q-133" parent="RDBQi9pc5qZvOdEaVm8q-129" style="text;html=1;whiteSpace=wrap;strokeColor=none;fillColor=none;align=center;verticalAlign=middle;rounded=0;" value="0 .. *" vertex="1">
          <mxGeometry height="20" width="47" x="4" y="30" as="geometry" />
        </mxCell>
        <mxCell id="RDBQi9pc5qZvOdEaVm8q-134" edge="1" parent="1" source="RDBQi9pc5qZvOdEaVm8q-129" style="endArrow=none;html=1;rounded=0;exitX=1.027;exitY=0.382;exitDx=0;exitDy=0;exitPerimeter=0;entryX=0.016;entryY=0.632;entryDx=0;entryDy=0;entryPerimeter=0;" target="nV1tfetJPaH9jbZvS-Vc-1" value="">
          <mxGeometry height="50" relative="1" width="50" as="geometry">
            <mxPoint x="220" y="290" as="sourcePoint" />
            <mxPoint x="280" y="240" as="targetPoint" />
          </mxGeometry>
-         </mxCell>
-         <mxCell id="RDBQi9pc5qZvOdEaVm8q-135" parent="1" style="text;html=1;whiteSpace=wrap;strokeColor=none;fillColor=none;align=center;verticalAlign=middle;rounded=0;" value="0 .. *" vertex="1">
-           <mxGeometry height="20" width="47" x="336.5" y="65" as="geometry" />
-         </mxCell>
-         <mxCell id="RDBQi9pc5qZvOdEaVm8q-137" edge="1" parent="1" source="RDBQi9pc5qZvOdEaVm8q-87" style="endArrow=none;html=1;rounded=0;exitX=0.986;exitY=0.386;exitDx=0;exitDy=0;exitPerimeter=0;" value="">
-           <mxGeometry height="50" relative="1" width="50" as="geometry">
-             <mxPoint x="550" y="160" as="sourcePoint" />
-             <mxPoint x="560" y="92" as="targetPoint" />
-           </mxGeometry>
-         </mxCell>
-         <mxCell id="RDBQi9pc5qZvOdEaVm8q-139" edge="1" parent="1" source="RDBQi9pc5qZvOdEaVm8q-6" style="endArrow=none;html=1;rounded=0;exitX=0.536;exitY=-0.031;exitDx=0;exitDy=0;exitPerimeter=0;" value="">
-           <mxGeometry height="50" relative="1" width="50" as="geometry">
-             <mxPoint x="560" y="190" as="sourcePoint" />
-             <mxPoint x="560" y="90" as="targetPoint" />
-           </mxGeometry>
-         </mxCell>
-         <mxCell id="RDBQi9pc5qZvOdEaVm8q-140" parent="1" style="text;html=1;whiteSpace=wrap;strokeColor=none;fillColor=none;align=center;verticalAlign=middle;rounded=0;" value="0 .. *" vertex="1">
-           <mxGeometry height="20" width="47" x="487" y="90" as="geometry" />
        </mxCell>
        <mxCell id="RDBQi9pc5qZvOdEaVm8q-142" edge="1" parent="1" style="endArrow=none;html=1;rounded=0;" value="">
          <mxGeometry height="50" relative="1" width="50" as="geometry">
            <mxPoint x="460" y="760" as="sourcePoint" />
            <mxPoint x="460" y="710" as="targetPoint" />
          </mxGeometry>
        </mxCell>
        <mxCell id="RDBQi9pc5qZvOdEaVm8q-143" edge="1" parent="1" style="endArrow=none;html=1;rounded=0;" value="">
          <mxGeometry height="50" relative="1" width="50" as="geometry">
            <mxPoint x="160" y="760" as="sourcePoint" />
            <mxPoint x="460" y="760" as="targetPoint" />
          </mxGeometry>
        </mxCell>
        <mxCell id="RDBQi9pc5qZvOdEaVm8q-144" edge="1" parent="1" style="endArrow=none;html=1;rounded=0;" value="">
          <mxGeometry height="50" relative="1" width="50" as="geometry">
            <mxPoint x="160" y="760" as="sourcePoint" />
            <mxPoint x="160" y="410" as="targetPoint" />
          </mxGeometry>
        </mxCell>
        <mxCell id="RDBQi9pc5qZvOdEaVm8q-145" edge="1" parent="1" style="endArrow=diamondThin;endFill=0;endSize=24;html=1;rounded=0;entryX=-0.009;entryY=0.38;entryDx=0;entryDy=0;entryPerimeter=0;" target="RDBQi9pc5qZvOdEaVm8q-14" value="">
          <mxGeometry relative="1" width="160" as="geometry">
            <mxPoint x="160" y="410" as="sourcePoint" />
            <mxPoint x="253" y="414.76" as="targetPoint" />
          </mxGeometry>
        </mxCell>
        <mxCell id="RDBQi9pc5qZvOdEaVm8q-147" parent="1" style="text;html=1;whiteSpace=wrap;strokeColor=none;fillColor=none;align=center;verticalAlign=middle;rounded=0;" value="1 .. *" vertex="1">
          <mxGeometry height="10" width="27" x="430" y="720" as="geometry" />
        </mxCell>
        <mxCell id="RDBQi9pc5qZvOdEaVm8q-148" collapsed="1" parent="1" style="swimlane;fontStyle=1;align=center;verticalAlign=top;childLayout=stackLayout;horizontal=1;startSize=26;horizontalStack=0;resizeParent=1;resizeParentMax=0;resizeLast=0;collapsible=1;marginBottom=0;whiteSpace=wrap;html=1;" value="Proposta" vertex="1">
          <mxGeometry height="30" width="100" x="390" y="140" as="geometry">
            <mxRectangle height="70" width="160" x="200" y="515" as="alternateBounds" />
          </mxGeometry>
        </mxCell>
        <mxCell id="RDBQi9pc5qZvOdEaVm8q-149" parent="RDBQi9pc5qZvOdEaVm8q-148" style="text;strokeColor=none;fillColor=none;align=left;verticalAlign=top;spacingLeft=4;spacingRight=4;overflow=hidden;rotatable=0;points=[[0,0.5],[1,0.5]];portConstraint=eastwest;whiteSpace=wrap;html=1;" value="&amp;nbsp;" vertex="1">
          <mxGeometry height="14" width="160" y="26" as="geometry" />
        </mxCell>
        <mxCell id="RDBQi9pc5qZvOdEaVm8q-150" parent="RDBQi9pc5qZvOdEaVm8q-148" style="line;strokeWidth=1;fillColor=none;align=left;verticalAlign=middle;spacingTop=-1;spacingLeft=3;spacingRight=3;rotatable=0;labelPosition=right;points=[];portConstraint=eastwest;strokeColor=inherit;" value="" vertex="1">
          <mxGeometry height="8" width="160" y="40" as="geometry" />
        </mxCell>
        <mxCell id="RDBQi9pc5qZvOdEaVm8q-151" parent="RDBQi9pc5qZvOdEaVm8q-148" style="text;strokeColor=none;fillColor=none;align=left;verticalAlign=top;spacingLeft=4;spacingRight=4;overflow=hidden;rotatable=0;points=[[0,0.5],[1,0.5]];portConstraint=eastwest;whiteSpace=wrap;html=1;" value="&lt;font&gt;&amp;nbsp;&lt;/font&gt;" vertex="1">
          <mxGeometry height="22" width="160" y="48" as="geometry" />
        </mxCell>
        <mxCell id="RDBQi9pc5qZvOdEaVm8q-152" parent="RDBQi9pc5qZvOdEaVm8q-148" style="text;html=1;whiteSpace=wrap;strokeColor=none;fillColor=none;align=center;verticalAlign=middle;rounded=0;" value="0 .. *" vertex="1">
          <mxGeometry height="20" width="47" x="4" y="30" as="geometry" />
        </mxCell>
        <mxCell id="KKz80bmO-ZhG0TnF5GcI-1" edge="1" parent="1" style="endArrow=none;html=1;rounded=0;entryX=0.25;entryY=1;entryDx=0;entryDy=0;" target="RDBQi9pc5qZvOdEaVm8q-148" value="">
          <mxGeometry height="50" relative="1" width="50" as="geometry">
            <mxPoint x="400" y="220" as="sourcePoint" />
            <mxPoint x="440" y="160" as="targetPoint" />
          </mxGeometry>
        </mxCell>
        <mxCell id="KKz80bmO-ZhG0TnF5GcI-2" edge="1" parent="1" source="RDBQi9pc5qZvOdEaVm8q-6" style="endArrow=none;html=1;rounded=0;exitX=0.211;exitY=-0.007;exitDx=0;exitDy=0;exitPerimeter=0;" value="">
          <mxGeometry height="50" relative="1" width="50" as="geometry">
            <mxPoint x="421.5" y="220" as="sourcePoint" />
            <mxPoint x="471.5" y="170" as="targetPoint" />
          </mxGeometry>
        </mxCell>
        <mxCell id="KKz80bmO-ZhG0TnF5GcI-3" edge="1" parent="1" source="RDBQi9pc5qZvOdEaVm8q-148" style="endArrow=none;html=1;rounded=0;exitX=0.505;exitY=-0.094;exitDx=0;exitDy=0;exitPerimeter=0;" value="">
          <mxGeometry height="50" relative="1" width="50" as="geometry">
            <mxPoint x="421.5" y="160" as="sourcePoint" />
            <mxPoint x="441.5" y="110" as="targetPoint" />
          </mxGeometry>
        </mxCell>
        <mxCell id="KKz80bmO-ZhG0TnF5GcI-4" parent="1" style="text;html=1;whiteSpace=wrap;strokeColor=none;fillColor=none;align=center;verticalAlign=middle;rounded=0;" value="0 .. *" vertex="1">
          <mxGeometry height="20" width="47" x="363" y="170" as="geometry" />
        </mxCell>
        <mxCell id="KKz80bmO-ZhG0TnF5GcI-5" parent="1" style="text;html=1;whiteSpace=wrap;strokeColor=none;fillColor=none;align=center;verticalAlign=middle;rounded=0;" value="0 .. *" vertex="1">
          <mxGeometry height="20" width="47" x="483" y="160" as="geometry" />
        </mxCell>
        <mxCell id="KKz80bmO-ZhG0TnF5GcI-6" edge="1" parent="1" source="nV1tfetJPaH9jbZvS-Vc-1" style="endArrow=block;endSize=16;endFill=0;html=1;rounded=0;exitX=0;exitY=0;exitDx=0;exitDy=0;" value="">
          <mxGeometry relative="1" width="160" as="geometry">
            <mxPoint x="126.5" y="180" as="sourcePoint" />
            <mxPoint x="260" y="50" as="targetPoint" />
          </mxGeometry>
        </mxCell>
        <mxCell id="KKz80bmO-ZhG0TnF5GcI-7" edge="1" parent="1" style="endArrow=block;endSize=16;endFill=0;html=1;rounded=0;entryX=1;entryY=0.5;entryDx=0;entryDy=0;" value="">
          <mxGeometry relative="1" width="160" as="geometry">
            <mxPoint x="580" y="34.8" as="sourcePoint" />
            <mxPoint x="300" y="34.8" as="targetPoint" />
          </mxGeometry>
        </mxCell>
        <mxCell id="KKz80bmO-ZhG0TnF5GcI-8" edge="1" parent="1" source="RDBQi9pc5qZvOdEaVm8q-6" style="endArrow=none;html=1;rounded=0;exitX=0.75;exitY=0;exitDx=0;exitDy=0;" value="">
          <mxGeometry height="50" relative="1" width="50" as="geometry">
            <mxPoint x="530" y="100" as="sourcePoint" />
            <mxPoint x="580" y="30" as="targetPoint" />
          </mxGeometry>
        </mxCell>
        <mxCell id="KKz80bmO-ZhG0TnF5GcI-9" edge="1" parent="1" style="endArrow=block;endSize=16;endFill=0;html=1;rounded=0;entryX=0;entryY=0.5;entryDx=0;entryDy=0;" target="RDBQi9pc5qZvOdEaVm8q-1" value="">
          <mxGeometry relative="1" width="160" as="geometry">
            <mxPoint x="60" y="40" as="sourcePoint" />
            <mxPoint x="50" y="50" as="targetPoint" />
          </mxGeometry>
        </mxCell>
        <mxCell id="KKz80bmO-ZhG0TnF5GcI-10" edge="1" parent="1" style="endArrow=none;html=1;rounded=0;" value="">
          <mxGeometry height="50" relative="1" width="50" as="geometry">
            <mxPoint x="60" y="630" as="sourcePoint" />
            <mxPoint x="60" y="40" as="targetPoint" />
          </mxGeometry>
        </mxCell>
        <mxCell id="KKz80bmO-ZhG0TnF5GcI-11" edge="1" parent="1" style="endArrow=none;html=1;rounded=0;entryX=0;entryY=0.5;entryDx=0;entryDy=0;" value="">
          <mxGeometry height="50" relative="1" width="50" as="geometry">
            <mxPoint x="60" y="630" as="sourcePoint" />
            <mxPoint x="420" y="630" as="targetPoint" />
          </mxGeometry>
        </mxCell>
        <mxCell id="KKz80bmO-ZhG0TnF5GcI-12" collapsed="1" parent="1" style="swimlane;fontStyle=1;align=center;verticalAlign=top;childLayout=stackLayout;horizontal=1;startSize=26;horizontalStack=0;resizeParent=1;resizeParentMax=0;resizeLast=0;collapsible=1;marginBottom=0;whiteSpace=wrap;html=1;" value="missatge" vertex="1">
          <mxGeometry height="30" width="100" x="393" y="-50" as="geometry">
            <mxRectangle height="70" width="160" x="200" y="515" as="alternateBounds" />
          </mxGeometry>
        </mxCell>
        <mxCell id="KKz80bmO-ZhG0TnF5GcI-13" parent="KKz80bmO-ZhG0TnF5GcI-12" style="text;strokeColor=none;fillColor=none;align=left;verticalAlign=top;spacingLeft=4;spacingRight=4;overflow=hidden;rotatable=0;points=[[0,0.5],[1,0.5]];portConstraint=eastwest;whiteSpace=wrap;html=1;" value="&amp;nbsp;" vertex="1">
          <mxGeometry height="14" width="160" y="26" as="geometry" />
        </mxCell>
        <mxCell id="KKz80bmO-ZhG0TnF5GcI-14" parent="KKz80bmO-ZhG0TnF5GcI-12" style="line;strokeWidth=1;fillColor=none;align=left;verticalAlign=middle;spacingTop=-1;spacingLeft=3;spacingRight=3;rotatable=0;labelPosition=right;points=[];portConstraint=eastwest;strokeColor=inherit;" value="" vertex="1">
          <mxGeometry height="8" width="160" y="40" as="geometry" />
        </mxCell>
        <mxCell id="KKz80bmO-ZhG0TnF5GcI-15" parent="KKz80bmO-ZhG0TnF5GcI-12" style="text;strokeColor=none;fillColor=none;align=left;verticalAlign=top;spacingLeft=4;spacingRight=4;overflow=hidden;rotatable=0;points=[[0,0.5],[1,0.5]];portConstraint=eastwest;whiteSpace=wrap;html=1;" value="&lt;font&gt;&amp;nbsp;&lt;/font&gt;" vertex="1">
          <mxGeometry height="22" width="160" y="48" as="geometry" />
        </mxCell>
        <mxCell id="KKz80bmO-ZhG0TnF5GcI-16" edge="1" parent="1" source="KKz80bmO-ZhG0TnF5GcI-12" style="endArrow=diamondThin;endFill=1;endSize=24;html=1;rounded=0;entryX=0.517;entryY=-0.076;entryDx=0;entryDy=0;entryPerimeter=0;exitX=0.5;exitY=1;exitDx=0;exitDy=0;" target="RDBQi9pc5qZvOdEaVm8q-87" value="">
          <mxGeometry relative="1" width="160" as="geometry">
            <mxPoint x="286.5" y="40" as="sourcePoint" />
            <mxPoint x="446.5" y="40" as="targetPoint" />
          </mxGeometry>
        </mxCell>
        <mxCell id="KKz80bmO-ZhG0TnF5GcI-17" parent="1" style="text;html=1;whiteSpace=wrap;strokeColor=none;fillColor=none;align=center;verticalAlign=middle;rounded=0;" value="0 .. *" vertex="1">
          <mxGeometry height="20" width="47" x="440" y="-20" as="geometry" />
        </mxCell>
        <mxCell id="V7eIs9r0I3R06LuuLP8c-3" edge="1" parent="1" style="endArrow=none;html=1;rounded=0;" value="">
          <mxGeometry height="50" relative="1" width="50" as="geometry">
            <mxPoint x="260" y="145" as="sourcePoint" />
            <mxPoint x="390" y="145" as="targetPoint" />
          </mxGeometry>
        </mxCell>
        <mxCell id="V7eIs9r0I3R06LuuLP8c-4" edge="1" parent="1" style="endArrow=none;html=1;rounded=0;" value="">
          <mxGeometry height="50" relative="1" width="50" as="geometry">
            <mxPoint x="260" y="360" as="sourcePoint" />
            <mxPoint x="260" y="145" as="targetPoint" />
          </mxGeometry>
        </mxCell>
        <mxCell id="V7eIs9r0I3R06LuuLP8c-5" edge="1" parent="1" style="endArrow=none;html=1;rounded=0;" value="">
          <mxGeometry height="50" relative="1" width="50" as="geometry">
            <mxPoint x="260" y="360" as="sourcePoint" />
            <mxPoint x="310" y="360" as="targetPoint" />
          </mxGeometry>
        </mxCell>
        <mxCell id="V7eIs9r0I3R06LuuLP8c-6" edge="1" parent="1" source="RDBQi9pc5qZvOdEaVm8q-14" style="endArrow=none;html=1;rounded=0;exitX=0.125;exitY=-0.109;exitDx=0;exitDy=0;exitPerimeter=0;" value="">
          <mxGeometry height="50" relative="1" width="50" as="geometry">
            <mxPoint x="260" y="410" as="sourcePoint" />
            <mxPoint x="310" y="360" as="targetPoint" />
          </mxGeometry>
        </mxCell>
      </root>
    </mxGraphModel>
  </diagram>
</mxfile>
